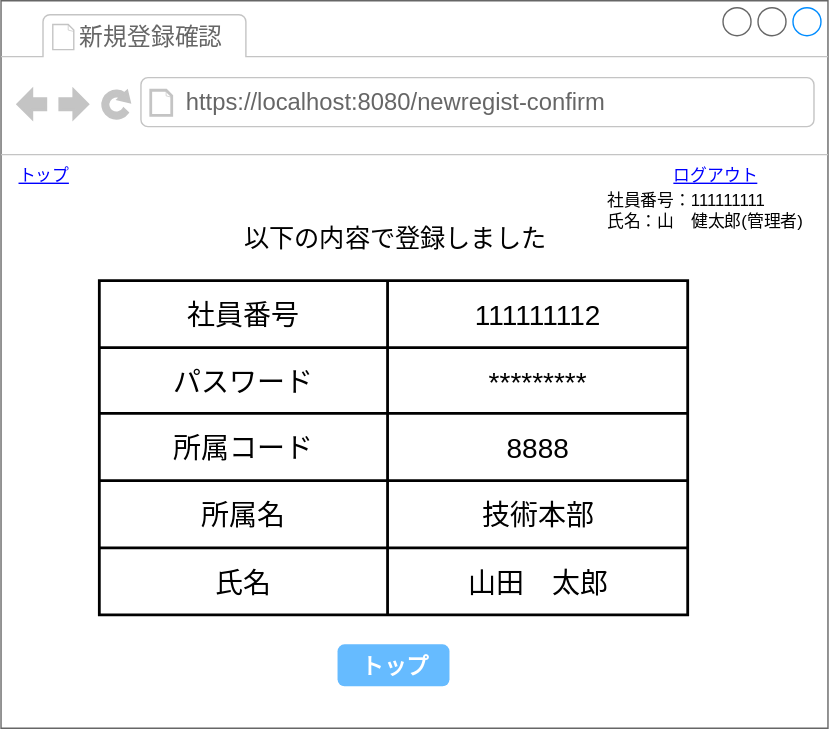
Above: 02_基本設計/画面設計図/512_newregistconfirm.drawio.svg in ICT-Training-2026/team-project-15 (draw.io), before the change. Source tidied: cells renumbered, new cells last; positions are measured from the earlier drawing's top-left corner, leaving out a move shared by most shapes. Its diagram source:
```xml
<mxGraphModel>
  <root>
    <mxCell id="0" />
    <mxCell id="1" parent="0" />
    <mxCell id="2" style="strokeWidth=1;shadow=0;dashed=0;align=center;html=1;shape=mxgraph.mockup.containers.browserWindow;rSize=0;strokeColor=#666666;strokeColor2=#008cff;strokeColor3=#c4c4c4;mainText=,;" parent="1" vertex="1">
      <mxGeometry width="591" height="520" as="geometry" />
    </mxCell>
    <mxCell id="3" value="新規登録確認" style="strokeWidth=1;shadow=0;dashed=0;align=center;html=1;shape=mxgraph.mockup.containers.anchor;fontSize=17;fontColor=#666666;align=left;whiteSpace=wrap;" parent="2" vertex="1">
      <mxGeometry x="54" y="14" width="140" height="26" as="geometry" />
    </mxCell>
    <mxCell id="4" value="https://localhost:8080/newregist-confirm" style="strokeWidth=1;shadow=0;dashed=0;align=center;html=1;shape=mxgraph.mockup.containers.anchor;rSize=0;fontSize=17;fontColor=#666666;align=left;" parent="2" vertex="1">
      <mxGeometry x="130" y="60" width="250" height="26" as="geometry" />
    </mxCell>
    <mxCell id="5" value="&lt;span style=&quot;font-size: 18px;&quot;&gt;以下の内容で登録しました&lt;/span&gt;" style="text;html=1;align=center;verticalAlign=middle;strokeColor=none;fillColor=none;" parent="2" vertex="1">
      <mxGeometry x="160.5" y="150" width="240" height="40" as="geometry" />
    </mxCell>
    <mxCell id="6" value="&lt;font style=&quot;color: rgb(0, 0, 255);&quot;&gt;&lt;u&gt;ログアウト&lt;/u&gt;&lt;/font&gt;" style="text;html=1;align=center;verticalAlign=middle;strokeColor=none;fillColor=none;" parent="2" vertex="1">
      <mxGeometry x="470" y="110" width="80" height="30" as="geometry" />
    </mxCell>
    <mxCell id="7" value="&lt;font style=&quot;color: rgb(0, 0, 255);&quot;&gt;&lt;u&gt;トップ&lt;/u&gt;&lt;/font&gt;" style="text;html=1;align=center;verticalAlign=middle;strokeColor=none;fillColor=none;" parent="2" vertex="1">
      <mxGeometry y="110" width="60" height="30" as="geometry" />
    </mxCell>
    <mxCell id="8" value="社員番号：111111111&lt;div&gt;氏名：山　健太郎(管理者)&lt;/div&gt;" style="text;html=1;align=left;verticalAlign=middle;strokeColor=none;fillColor=none;" parent="2" vertex="1">
      <mxGeometry x="431" y="130" width="160" height="40" as="geometry" />
    </mxCell>
    <mxCell id="9" style="shape=table;html=1;whiteSpace=wrap;startSize=0;strokeWidth=2;" parent="2" vertex="1">
      <mxGeometry x="70.2" y="200" width="420.5" height="239" as="geometry" />
    </mxCell>
    <mxCell id="10" style="shape=tableRow;horizontal=0;startSize=0;swimlaneHead=0;swimlaneBody=0;top=0;left=0;bottom=0;right=0;fillColor=none;" parent="9" vertex="1">
      <mxGeometry width="420.5" height="48" as="geometry" />
    </mxCell>
    <mxCell id="11" value="&lt;span style=&quot;font-size: 20px; font-weight: 400;&quot;&gt;社員番号&lt;/span&gt;" style="shape=partialRectangle;html=1;whiteSpace=wrap;fillColor=none;top=0;left=0;bottom=0;right=0;overflow=hidden;fontStyle=1;" parent="10" vertex="1">
      <mxGeometry width="206" height="48" as="geometry" />
    </mxCell>
    <mxCell id="12" value="&lt;span style=&quot;font-size: 20px; font-weight: 400;&quot;&gt;111111112&lt;/span&gt;" style="shape=partialRectangle;html=1;whiteSpace=wrap;fillColor=none;top=0;left=0;bottom=0;right=0;overflow=hidden;fontStyle=1;" parent="10" vertex="1">
      <mxGeometry x="206" width="215" height="48" as="geometry" />
    </mxCell>
    <mxCell id="13" style="shape=tableRow;horizontal=0;startSize=0;swimlaneHead=0;swimlaneBody=0;top=0;left=0;bottom=0;right=0;fillColor=none;" parent="9" vertex="1">
      <mxGeometry y="48" width="420.5" height="47" as="geometry" />
    </mxCell>
    <mxCell id="14" value="&lt;font style=&quot;font-size: 20px;&quot;&gt;パスワード&lt;/font&gt;" style="shape=partialRectangle;html=1;whiteSpace=wrap;fillColor=none;top=0;left=0;bottom=0;right=0;overflow=hidden;" parent="13" vertex="1">
      <mxGeometry width="206" height="47" as="geometry" />
    </mxCell>
    <mxCell id="15" value="&lt;span style=&quot;font-size: 20px;&quot;&gt;*********&lt;/span&gt;" style="shape=partialRectangle;html=1;whiteSpace=wrap;fillColor=none;top=0;left=0;bottom=0;right=0;overflow=hidden;" parent="13" vertex="1">
      <mxGeometry x="206" width="215" height="47" as="geometry" />
    </mxCell>
    <mxCell id="16" style="shape=tableRow;horizontal=0;startSize=0;swimlaneHead=0;swimlaneBody=0;top=0;left=0;bottom=0;right=0;fillColor=none;" parent="9" vertex="1">
      <mxGeometry y="95" width="420.5" height="48" as="geometry" />
    </mxCell>
    <mxCell id="17" value="&lt;font style=&quot;font-size: 20px;&quot;&gt;所属コード&lt;/font&gt;" style="shape=partialRectangle;html=1;whiteSpace=wrap;fillColor=none;top=0;left=0;bottom=0;right=0;overflow=hidden;" parent="16" vertex="1">
      <mxGeometry width="206" height="48" as="geometry" />
    </mxCell>
    <mxCell id="18" value="&lt;span style=&quot;font-size: 20px;&quot;&gt;8888&lt;/span&gt;" style="shape=partialRectangle;html=1;whiteSpace=wrap;fillColor=none;top=0;left=0;bottom=0;right=0;overflow=hidden;" parent="16" vertex="1">
      <mxGeometry x="206" width="215" height="48" as="geometry" />
    </mxCell>
    <mxCell id="19" style="shape=tableRow;horizontal=0;startSize=0;swimlaneHead=0;swimlaneBody=0;top=0;left=0;bottom=0;right=0;fillColor=none;" parent="9" vertex="1">
      <mxGeometry y="143" width="420.5" height="48" as="geometry" />
    </mxCell>
    <mxCell id="20" value="&lt;font style=&quot;font-size: 20px;&quot;&gt;所属名&lt;/font&gt;" style="shape=partialRectangle;html=1;whiteSpace=wrap;fillColor=none;top=0;left=0;bottom=0;right=0;overflow=hidden;" parent="19" vertex="1">
      <mxGeometry width="206" height="48" as="geometry" />
    </mxCell>
    <mxCell id="21" value="&lt;span style=&quot;font-size: 20px;&quot;&gt;技術本部&lt;/span&gt;" style="shape=partialRectangle;html=1;whiteSpace=wrap;fillColor=none;top=0;left=0;bottom=0;right=0;overflow=hidden;" parent="19" vertex="1">
      <mxGeometry x="206" width="215" height="48" as="geometry" />
    </mxCell>
    <mxCell id="22" style="shape=tableRow;horizontal=0;startSize=0;swimlaneHead=0;swimlaneBody=0;top=0;left=0;bottom=0;right=0;fillColor=none;" parent="9" vertex="1">
      <mxGeometry y="191" width="420.5" height="48" as="geometry" />
    </mxCell>
    <mxCell id="23" value="&lt;span style=&quot;font-size: 20px;&quot;&gt;氏名&lt;/span&gt;" style="shape=partialRectangle;html=1;whiteSpace=wrap;fillColor=none;top=0;left=0;bottom=0;right=0;overflow=hidden;" parent="22" vertex="1">
      <mxGeometry width="206" height="48" as="geometry" />
    </mxCell>
    <mxCell id="24" value="&lt;span style=&quot;font-size: 20px;&quot;&gt;山田　太郎&lt;/span&gt;" style="shape=partialRectangle;html=1;whiteSpace=wrap;fillColor=none;top=0;left=0;bottom=0;right=0;overflow=hidden;" parent="22" vertex="1">
      <mxGeometry x="206" width="215" height="48" as="geometry" />
    </mxCell>
    <mxCell id="25" value="トップ" style="strokeWidth=1;shadow=0;dashed=0;align=center;html=1;shape=mxgraph.mockup.forms.rrect;rSize=5;strokeColor=none;fontColor=#ffffff;fillColor=#66bbff;fontSize=16;fontStyle=1;" parent="2" vertex="1">
      <mxGeometry x="240.5" y="460" width="80" height="30" as="geometry" />
    </mxCell>
  </root>
</mxGraphModel>
```
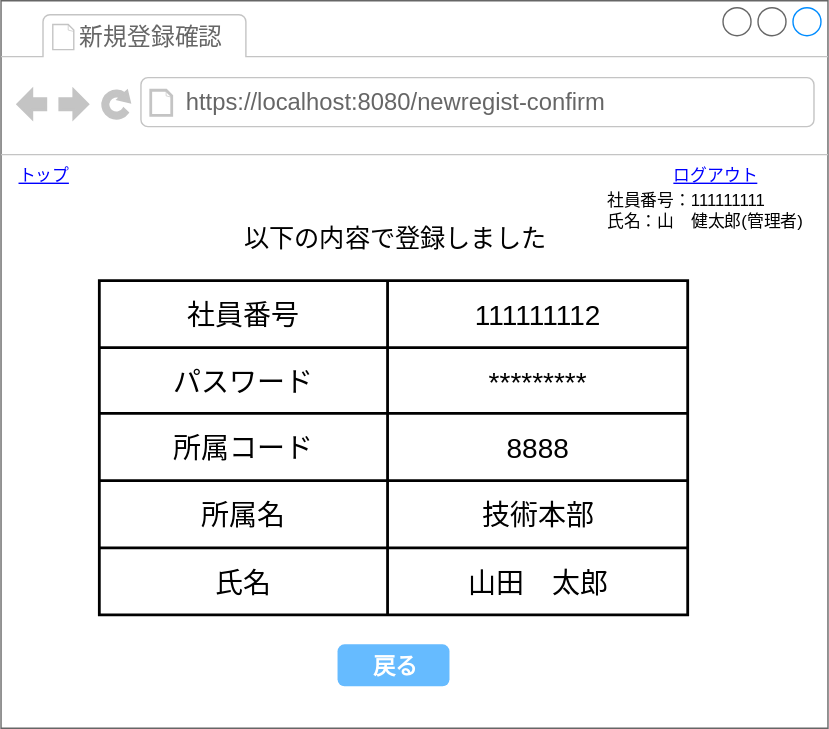
Above is the later version.

Commit message:
戻るボタン追加

The edit, as a diff of the source:
```diff
@@ -71,7 +71,7 @@
     <mxCell id="24" value="&lt;span style=&quot;font-size: 20px;&quot;&gt;山田　太郎&lt;/span&gt;" style="shape=partialRectangle;html=1;whiteSpace=wrap;fillColor=none;top=0;left=0;bottom=0;right=0;overflow=hidden;" parent="22" vertex="1">
       <mxGeometry x="206" width="215" height="48" as="geometry" />
     </mxCell>
-    <mxCell id="25" value="トップ" style="strokeWidth=1;shadow=0;dashed=0;align=center;html=1;shape=mxgraph.mockup.forms.rrect;rSize=5;strokeColor=none;fontColor=#ffffff;fillColor=#66bbff;fontSize=16;fontStyle=1;" parent="2" vertex="1">
+    <mxCell id="25" value="戻る" style="strokeWidth=1;shadow=0;dashed=0;align=center;html=1;shape=mxgraph.mockup.forms.rrect;rSize=5;strokeColor=none;fontColor=#ffffff;fillColor=#66bbff;fontSize=16;fontStyle=1;" parent="2" vertex="1">
       <mxGeometry x="240.5" y="460" width="80" height="30" as="geometry" />
     </mxCell>
   </root>
```
